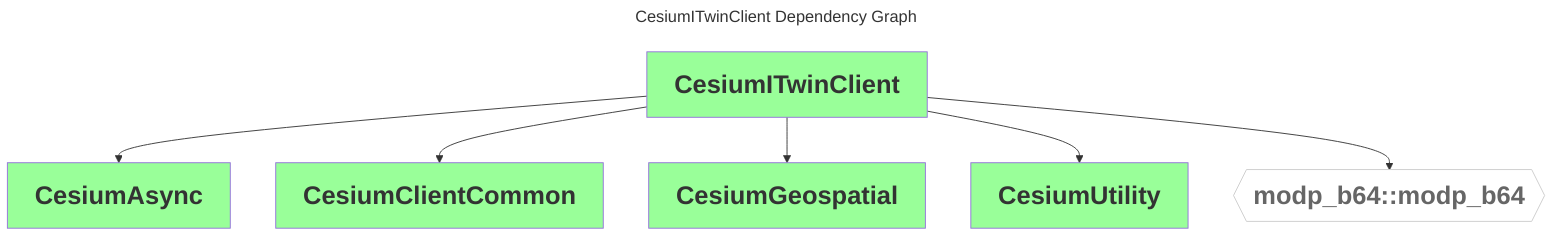
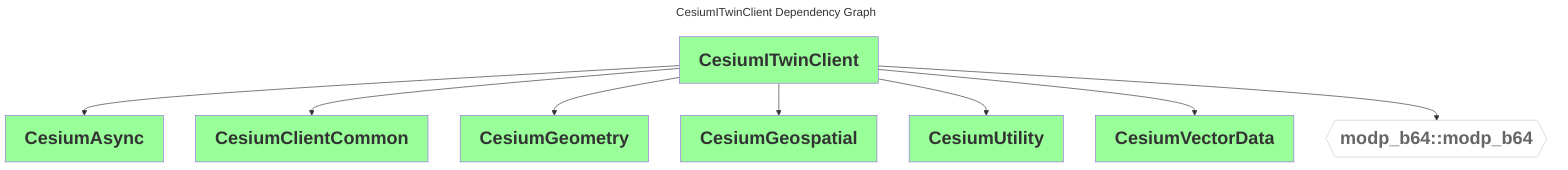
---
comment: This file was generated by dep-graph-gen. DO NOT EDIT THIS FILE!

title: CesiumITwinClient Dependency Graph
---
graph TD
  classDef dependencyNode fill:#fff,stroke:#ccc,color:#666,font-weight:bold,font-size:28px
  classDef libraryNode fill:#9f9,font-weight:bold,font-size:28px
  CesiumITwinClient[CesiumITwinClient] --> CesiumAsync[CesiumAsync]
  CesiumITwinClient[CesiumITwinClient] --> CesiumClientCommon[CesiumClientCommon]
+   CesiumITwinClient[CesiumITwinClient] --> CesiumGeometry[CesiumGeometry]
  CesiumITwinClient[CesiumITwinClient] --> CesiumGeospatial[CesiumGeospatial]
  CesiumITwinClient[CesiumITwinClient] --> CesiumUtility[CesiumUtility]
+   CesiumITwinClient[CesiumITwinClient] --> CesiumVectorData[CesiumVectorData]
  CesiumITwinClient[CesiumITwinClient] --> modp_b64_modp_b64{{modp_b64::modp_b64}}
  class modp_b64_modp_b64 dependencyNode
-   class CesiumAsync,CesiumClientCommon,CesiumGeospatial,CesiumUtility,CesiumITwinClient libraryNode
+   class CesiumAsync,CesiumClientCommon,CesiumGeometry,CesiumGeospatial,CesiumUtility,CesiumVectorData,CesiumITwinClient libraryNode
